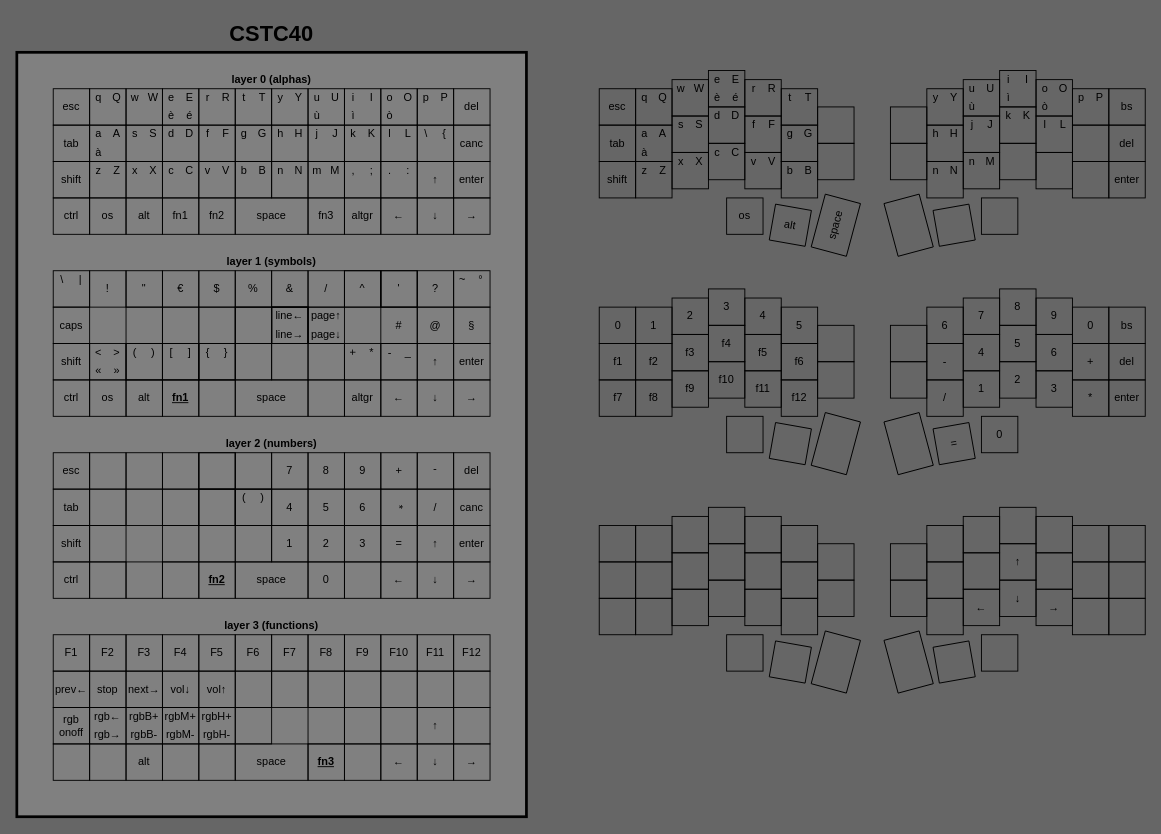
dellarosciagiorgio/crkbd keeps this draw.io diagram as layouts.dio. Above is the earlier version. Source tidied: cells renumbered, new cells numbered last; positions are measured from the earlier drawing's top-left corner, leaving out a move shared by most shapes. Both pictures are drawn from the tidied source at 91%, with x=0, y=0 at pixel (16, 15).
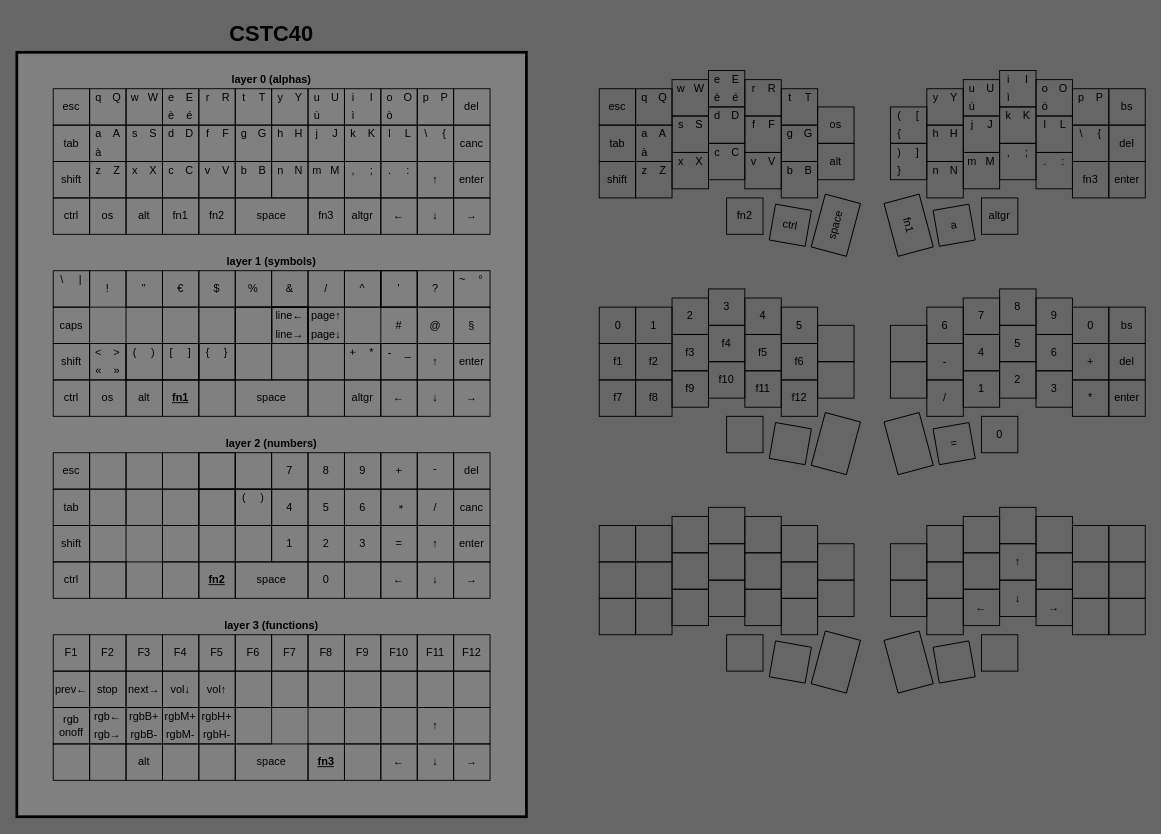
The same diagram, later.

Change to the diagram source:
```diff
@@
-    <mxCell id="745" value="os" style="text;html=1;strokeColor=none;fillColor=none;align=center;verticalAlign=middle;whiteSpace=wrap;rounded=0;strokeWidth=1;fontFamily=Cascadia Code;fontColor=#000000;" parent="1" vertex="1">
+    <mxCell id="745" value="fn2" style="text;html=1;strokeColor=none;fillColor=none;align=center;verticalAlign=middle;whiteSpace=wrap;rounded=0;strokeWidth=1;fontFamily=Cascadia Code;fontColor=#000000;" parent="1" vertex="1">
       <mxGeometry x="790" y="210" width="20" height="20" as="geometry" />
     </mxCell>
@@
-    <mxCell id="800" value="n" style="text;html=1;strokeColor=none;fillColor=none;align=center;verticalAlign=middle;whiteSpace=wrap;rounded=0;strokeWidth=1;fontFamily=Cascadia Code;fontColor=#000000;" parent="1" vertex="1">
+    <mxCell id="800" value="m" style="text;html=1;strokeColor=none;fillColor=none;align=center;verticalAlign=middle;whiteSpace=wrap;rounded=0;strokeWidth=1;fontFamily=Cascadia Code;fontColor=#000000;" parent="1" vertex="1">
       <mxGeometry x="1040" y="150" width="20" height="20" as="geometry" />
     </mxCell>
@@
-    <mxCell id="802" value="alt" style="text;html=1;strokeColor=none;fillColor=none;align=center;verticalAlign=middle;whiteSpace=wrap;rounded=0;strokeWidth=1;fontFamily=Cascadia Code;fontColor=#000000;rotation=10;" parent="1" vertex="1">
+    <mxCell id="802" value="ctrl" style="text;html=1;strokeColor=none;fillColor=none;align=center;verticalAlign=middle;whiteSpace=wrap;rounded=0;strokeWidth=1;fontFamily=Cascadia Code;fontColor=#000000;rotation=10;" parent="1" vertex="1">
       <mxGeometry x="840" y="220" width="20" height="20" as="geometry" />
     </mxCell>
@@
+    <mxCell id="810" value="altgr" style="text;html=1;strokeColor=none;fillColor=none;align=center;verticalAlign=middle;whiteSpace=wrap;rounded=0;strokeWidth=1;fontFamily=Cascadia Code;fontColor=#000000;" parent="1" vertex="1">
+      <mxGeometry x="1070" y="210" width="20" height="20" as="geometry" />
+    </mxCell>
+    <mxCell id="811" value="a" style="text;html=1;strokeColor=none;fillColor=none;align=center;verticalAlign=middle;whiteSpace=wrap;rounded=0;strokeWidth=1;fontFamily=Cascadia Code;fontColor=#000000;rotation=-10;" parent="1" vertex="1">
+      <mxGeometry x="1020" y="220" width="20" height="20" as="geometry" />
+    </mxCell>
+    <mxCell id="812" value="fn1" style="text;html=1;strokeColor=none;fillColor=none;align=center;verticalAlign=middle;whiteSpace=wrap;rounded=0;strokeWidth=1;fontFamily=Cascadia Code;fontColor=#000000;rotation=75;" parent="1" vertex="1">
+      <mxGeometry x="970" y="220" width="20" height="20" as="geometry" />
+    </mxCell>
+    <mxCell id="813" value="\" style="text;html=1;strokeColor=none;fillColor=none;align=center;verticalAlign=middle;whiteSpace=wrap;rounded=0;strokeWidth=1;fontFamily=Cascadia Code;fontColor=#000000;" parent="1" vertex="1">
+      <mxGeometry x="1160" y="120" width="20" height="20" as="geometry" />
+    </mxCell>
+    <mxCell id="814" value="{" style="text;html=1;strokeColor=none;fillColor=none;align=center;verticalAlign=middle;whiteSpace=wrap;rounded=0;strokeWidth=1;fontFamily=Cascadia Code;fontColor=#000000;" parent="1" vertex="1">
+      <mxGeometry x="1180" y="120" width="20" height="20" as="geometry" />
+    </mxCell>
+    <mxCell id="815" value="," style="text;html=1;strokeColor=none;fillColor=none;align=center;verticalAlign=middle;whiteSpace=wrap;rounded=0;strokeWidth=1;fontFamily=Cascadia Code;fontColor=#000000;" parent="1" vertex="1">
+      <mxGeometry x="1080" y="140" width="20" height="20" as="geometry" />
+    </mxCell>
+    <mxCell id="816" value=";" style="text;html=1;strokeColor=none;fillColor=none;align=center;verticalAlign=middle;whiteSpace=wrap;rounded=0;strokeWidth=1;fontFamily=Cascadia Code;fontColor=#000000;" parent="1" vertex="1">
+      <mxGeometry x="1100" y="140" width="20" height="20" as="geometry" />
+    </mxCell>
+    <mxCell id="817" value="." style="text;html=1;strokeColor=none;fillColor=none;align=center;verticalAlign=middle;whiteSpace=wrap;rounded=0;strokeWidth=1;fontFamily=Cascadia Code;fontColor=#000000;" parent="1" vertex="1">
+      <mxGeometry x="1120" y="150" width="20" height="20" as="geometry" />
+    </mxCell>
+    <mxCell id="818" value=":" style="text;html=1;strokeColor=none;fillColor=none;align=center;verticalAlign=middle;whiteSpace=wrap;rounded=0;strokeWidth=1;fontFamily=Cascadia Code;fontColor=#000000;" parent="1" vertex="1">
+      <mxGeometry x="1140" y="150" width="20" height="20" as="geometry" />
+    </mxCell>
+    <mxCell id="819" value="os" style="text;html=1;strokeColor=none;fillColor=none;align=center;verticalAlign=middle;whiteSpace=wrap;rounded=0;strokeWidth=1;fontFamily=Cascadia Code;fontColor=#000000;rotation=0;" parent="1" vertex="1">
+      <mxGeometry x="890" y="110" width="20" height="20" as="geometry" />
+    </mxCell>
+    <mxCell id="820" value="alt" style="text;html=1;strokeColor=none;fillColor=none;align=center;verticalAlign=middle;whiteSpace=wrap;rounded=0;strokeWidth=1;fontFamily=Cascadia Code;fontColor=#000000;rotation=0;" parent="1" vertex="1">
+      <mxGeometry x="890" y="150" width="20" height="20" as="geometry" />
+    </mxCell>
+    <mxCell id="821" value="fn3" style="text;html=1;strokeColor=none;fillColor=none;align=center;verticalAlign=middle;whiteSpace=wrap;rounded=0;strokeWidth=1;fontFamily=Cascadia Code;fontColor=#000000;rotation=0;" parent="1" vertex="1">
+      <mxGeometry x="1170" y="170" width="20" height="20" as="geometry" />
+    </mxCell>
+    <mxCell id="822" value=")" style="text;html=1;strokeColor=none;fillColor=none;align=center;verticalAlign=middle;whiteSpace=wrap;rounded=0;strokeWidth=1;fontFamily=Cascadia Code;fontColor=#000000;" parent="1" vertex="1">
+      <mxGeometry x="960" y="140" width="20" height="20" as="geometry" />
+    </mxCell>
+    <mxCell id="823" value="(" style="text;html=1;strokeColor=none;fillColor=none;align=center;verticalAlign=middle;whiteSpace=wrap;rounded=0;strokeWidth=1;fontFamily=Cascadia Code;fontColor=#000000;" parent="1" vertex="1">
+      <mxGeometry x="960" y="100" width="20" height="20" as="geometry" />
+    </mxCell>
+    <mxCell id="824" value="[" style="text;html=1;strokeColor=none;fillColor=none;align=center;verticalAlign=middle;whiteSpace=wrap;rounded=0;strokeWidth=1;fontFamily=Cascadia Code;fontColor=#000000;" parent="1" vertex="1">
+      <mxGeometry x="980" y="100" width="20" height="20" as="geometry" />
+    </mxCell>
+    <mxCell id="825" value="{" style="text;html=1;strokeColor=none;fillColor=none;align=center;verticalAlign=middle;whiteSpace=wrap;rounded=0;strokeWidth=1;fontFamily=Cascadia Code;fontColor=#000000;" parent="1" vertex="1">
+      <mxGeometry x="960" y="120" width="20" height="20" as="geometry" />
+    </mxCell>
+    <mxCell id="826" value="]" style="text;html=1;strokeColor=none;fillColor=none;align=center;verticalAlign=middle;whiteSpace=wrap;rounded=0;strokeWidth=1;fontFamily=Cascadia Code;fontColor=#000000;" parent="1" vertex="1">
+      <mxGeometry x="980" y="140" width="20" height="20" as="geometry" />
+    </mxCell>
+    <mxCell id="827" value="}" style="text;html=1;strokeColor=none;fillColor=none;align=center;verticalAlign=middle;whiteSpace=wrap;rounded=0;strokeWidth=1;fontFamily=Cascadia Code;fontColor=#000000;" parent="1" vertex="1">
+      <mxGeometry x="960" y="160" width="20" height="20" as="geometry" />
+    </mxCell>
```
